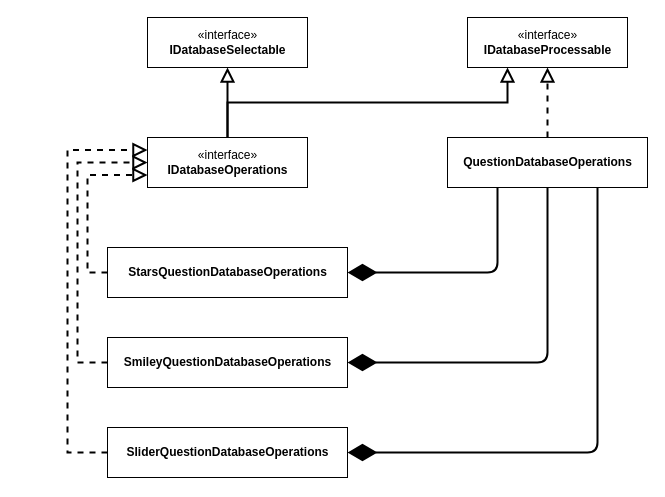
Above: Documentation/Technical Report/Diagrams/DatabaseOperations.drawio in ramitoutenane/SurveyConfigurator (draw.io), before the change. Source tidied: cells renumbered, new cells numbered last; positions are measured from the earlier drawing's top-left corner, leaving out a move shared by most shapes. Both pictures are drawn from the tidied source at 100%, with x=0, y=0 at pixel (67, 17).
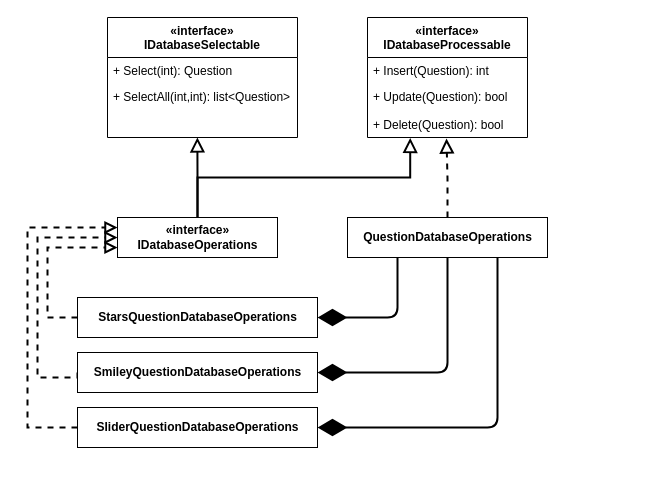
The same diagram, later.

Change to the diagram source:
```diff
@@
-    <mxCell id="2" value="«interface»&lt;br&gt;&lt;b&gt;IDatabaseSelectable&lt;/b&gt;" style="html=1;" parent="1" vertex="1">
-      <mxGeometry x="80" width="160" height="50" as="geometry" />
-    </mxCell>
-    <mxCell id="3" value="«interface»&lt;br&gt;&lt;b&gt;IDatabaseProcessable&lt;/b&gt;" style="html=1;" parent="1" vertex="1">
-      <mxGeometry x="400" width="160" height="50" as="geometry" />
-    </mxCell>
-    <mxCell id="4" style="edgeStyle=orthogonalEdgeStyle;rounded=0;jettySize=auto;html=1;exitX=0.5;exitY=0;exitDx=0;exitDy=0;entryX=0.5;entryY=1;entryDx=0;entryDy=0;strokeWidth=2;endArrow=block;endFill=0;endSize=10;" parent="1" edge="1" source="6" target="2">
+    <mxCell id="4" style="edgeStyle=orthogonalEdgeStyle;rounded=0;jettySize=auto;html=1;exitX=0.5;exitY=0;exitDx=0;exitDy=0;entryX=0.473;entryY=0.998;entryDx=0;entryDy=0;strokeWidth=2;endArrow=block;endFill=0;endSize=10;entryPerimeter=0;" parent="1" edge="1" source="6" target="22">
       <mxGeometry relative="1" as="geometry" />
     </mxCell>
-    <mxCell id="5" style="edgeStyle=orthogonalEdgeStyle;rounded=0;jettySize=auto;html=1;exitX=0.5;exitY=0;exitDx=0;exitDy=0;entryX=0.25;entryY=1;entryDx=0;entryDy=0;endArrow=block;endFill=0;endSize=10;strokeWidth=2;" parent="1" edge="1" source="6" target="3">
+    <mxCell id="5" style="edgeStyle=orthogonalEdgeStyle;rounded=0;jettySize=auto;html=1;exitX=0.5;exitY=0;exitDx=0;exitDy=0;endArrow=block;endFill=0;endSize=10;strokeWidth=2;entryX=0.267;entryY=1.015;entryDx=0;entryDy=0;entryPerimeter=0;" parent="1" edge="1" source="6" target="20">
       <mxGeometry relative="1" as="geometry" />
     </mxCell>
-    <mxCell id="6" value="«interface»&lt;br&gt;&lt;b&gt;IDatabaseOperations&lt;/b&gt;" style="html=1;" parent="1" vertex="1">
-      <mxGeometry x="80" y="120" width="160" height="50" as="geometry" />
+    <mxCell id="6" value="&lt;b&gt;«interface»&lt;br&gt;IDatabaseOperations&lt;/b&gt;" style="html=1;" parent="1" vertex="1">
+      <mxGeometry x="50" y="200" width="160" height="40" as="geometry" />
     </mxCell>
-    <mxCell id="7" style="edgeStyle=orthogonalEdgeStyle;rounded=0;jettySize=auto;html=1;entryX=0.5;entryY=1;entryDx=0;entryDy=0;endArrow=block;endFill=0;endSize=10;strokeWidth=2;dashed=1;" parent="1" edge="1" source="8" target="3">
-      <mxGeometry relative="1" as="geometry" />
+    <mxCell id="7" style="edgeStyle=orthogonalEdgeStyle;rounded=0;jettySize=auto;html=1;endArrow=block;endFill=0;endSize=10;strokeWidth=2;dashed=1;exitX=0.5;exitY=0;exitDx=0;exitDy=0;" parent="1" edge="1" source="8">
+      <mxGeometry relative="1" as="geometry">
+        <mxPoint x="379" y="121" as="targetPoint" />
+      </mxGeometry>
     </mxCell>
     <mxCell id="8" value="&lt;b&gt;QuestionDatabaseOperations&lt;/b&gt;" style="html=1;" parent="1" vertex="1">
-      <mxGeometry x="380" y="120" width="200" height="50" as="geometry" />
+      <mxGeometry x="280" y="200" width="200" height="40" as="geometry" />
     </mxCell>
-    <mxCell id="9" style="edgeStyle=orthogonalEdgeStyle;rounded=0;jettySize=auto;html=1;exitX=0;exitY=0.5;exitDx=0;exitDy=0;entryX=0;entryY=0.75;entryDx=0;entryDy=0;dashed=1;endArrow=block;endFill=0;endSize=10;strokeWidth=2;" parent="1" edge="1" source="10" target="6">
-      <mxGeometry relative="1" as="geometry" />
+    <mxCell id="9" style="edgeStyle=orthogonalEdgeStyle;rounded=0;jettySize=auto;html=1;exitX=0;exitY=0.5;exitDx=0;exitDy=0;dashed=1;endArrow=block;endFill=0;endSize=8;strokeWidth=2;entryX=0;entryY=0.75;entryDx=0;entryDy=0;" parent="1" edge="1" source="10" target="6">
+      <mxGeometry relative="1" as="geometry">
+        <Array as="points">
+          <mxPoint x="-20" y="300" />
+          <mxPoint x="-20" y="230" />
+        </Array>
+      </mxGeometry>
     </mxCell>
     <mxCell id="10" value="&lt;b&gt;StarsQuestionDatabaseOperations&lt;/b&gt;" style="html=1;" parent="1" vertex="1">
-      <mxGeometry x="40" y="230" width="240" height="50" as="geometry" />
+      <mxGeometry x="10" y="280" width="240" height="40" as="geometry" />
     </mxCell>
-    <mxCell id="11" style="edgeStyle=orthogonalEdgeStyle;rounded=0;jettySize=auto;html=1;exitX=0;exitY=0.5;exitDx=0;exitDy=0;entryX=0;entryY=0.25;entryDx=0;entryDy=0;dashed=1;endArrow=block;endFill=0;endSize=10;strokeWidth=2;" parent="1" edge="1" source="12" target="6">
+    <mxCell id="11" style="edgeStyle=orthogonalEdgeStyle;rounded=0;jettySize=auto;html=1;exitX=0;exitY=0.5;exitDx=0;exitDy=0;dashed=1;endArrow=block;endFill=0;endSize=8;strokeWidth=2;entryX=0;entryY=0.25;entryDx=0;entryDy=0;" parent="1" edge="1" source="12" target="6">
       <mxGeometry relative="1" as="geometry">
         <Array as="points">
-          <mxPoint y="435" />
-          <mxPoint y="133" />
+          <mxPoint x="-40" y="410" />
+          <mxPoint x="-40" y="210" />
         </Array>
       </mxGeometry>
     </mxCell>
     <mxCell id="12" value="&lt;b&gt;SliderQuestionDatabaseOperations&lt;/b&gt;" style="html=1;" parent="1" vertex="1">
-      <mxGeometry x="40" y="410" width="240" height="50" as="geometry" />
+      <mxGeometry x="10" y="390" width="240" height="40" as="geometry" />
     </mxCell>
-    <mxCell id="13" style="edgeStyle=orthogonalEdgeStyle;rounded=0;jettySize=auto;html=1;exitX=0;exitY=0.5;exitDx=0;exitDy=0;entryX=0;entryY=0.5;entryDx=0;entryDy=0;dashed=1;endArrow=block;endFill=0;endSize=10;strokeWidth=2;" parent="1" edge="1" source="14" target="6">
+    <mxCell id="13" style="edgeStyle=orthogonalEdgeStyle;rounded=0;jettySize=auto;html=1;exitX=0;exitY=0.5;exitDx=0;exitDy=0;dashed=1;endArrow=block;endFill=0;endSize=8;strokeWidth=2;entryX=0;entryY=0.5;entryDx=0;entryDy=0;" parent="1" edge="1" source="14" target="6">
       <mxGeometry relative="1" as="geometry">
         <Array as="points">
-          <mxPoint x="10" y="345" />
-          <mxPoint x="10" y="145" />
+          <mxPoint x="-30" y="360" />
+          <mxPoint x="-30" y="220" />
         </Array>
       </mxGeometry>
     </mxCell>
     <mxCell id="14" value="&lt;b&gt;SmileyQuestionDatabaseOperations&lt;/b&gt;" style="html=1;" parent="1" vertex="1">
-      <mxGeometry x="40" y="320" width="240" height="50" as="geometry" />
+      <mxGeometry x="10" y="335" width="240" height="40" as="geometry" />
     </mxCell>
@@
+    <mxCell id="3" value="«interface»&#10;IDatabaseProcessable" style="swimlane;fontStyle=1;horizontal=1;startSize=40;fillColor=none;" parent="1" vertex="1">
+      <mxGeometry x="300" width="160" height="120" as="geometry" />
+    </mxCell>
+    <mxCell id="18" value="+ Insert(Question): int" style="text;strokeColor=none;fillColor=none;align=left;verticalAlign=top;spacingLeft=4;spacingRight=4;overflow=hidden;" parent="3" vertex="1">
+      <mxGeometry y="40" width="160" height="26" as="geometry" />
+    </mxCell>
+    <mxCell id="19" value="+ Update(Question): bool" style="text;strokeColor=none;fillColor=none;align=left;verticalAlign=top;spacingLeft=4;spacingRight=4;overflow=hidden;" parent="3" vertex="1">
+      <mxGeometry y="66" width="160" height="28" as="geometry" />
+    </mxCell>
+    <mxCell id="20" value="+ Delete(Question): bool" style="text;strokeColor=none;fillColor=none;align=left;verticalAlign=top;spacingLeft=4;spacingRight=4;overflow=hidden;points=[[0,0.5],[1,0.5]];portConstraint=eastwest;" parent="3" vertex="1">
+      <mxGeometry y="94" width="160" height="26" as="geometry" />
+    </mxCell>
+    <mxCell id="2" value="«interface»&#10;IDatabaseSelectable" style="swimlane;fontStyle=1;horizontal=1;startSize=40;fillColor=none;" parent="1" vertex="1">
+      <mxGeometry x="40" width="190" height="120" as="geometry" />
+    </mxCell>
+    <mxCell id="21" value="+ Select(int): Question" style="text;strokeColor=none;fillColor=none;align=left;verticalAlign=top;spacingLeft=4;spacingRight=4;overflow=hidden;" parent="2" vertex="1">
+      <mxGeometry y="40" width="190" height="26" as="geometry" />
+    </mxCell>
+    <mxCell id="22" value="+ SelectAll(int,int): list&lt;Question&gt;" style="text;strokeColor=none;fillColor=none;align=left;verticalAlign=top;spacingLeft=4;spacingRight=4;overflow=hidden;points=[[0,0.5],[1,0.5]];portConstraint=eastwest;" parent="2" vertex="1">
+      <mxGeometry y="66" width="190" height="54" as="geometry" />
+    </mxCell>
```
